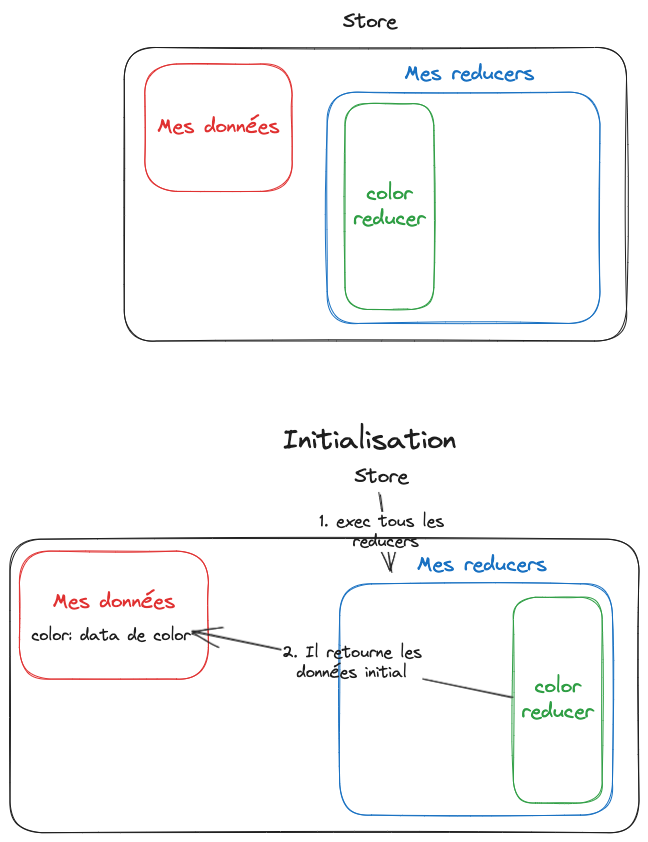
Earlier version of the Excalidraw export cours/redux_initialisation.excalidraw.png (VinceBmmrt/gradient-Aspitrine). Source tidied: one line per element, renumbered; positions are measured from the earlier drawing's top-left corner, leaving out a move shared by most shapes.
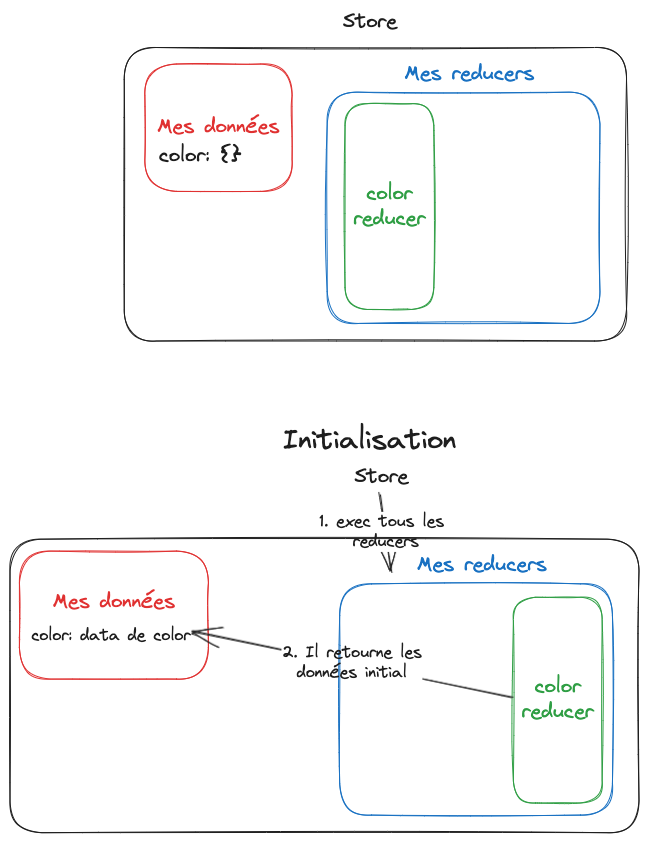
After the commit.

Commit message:
Utilisation des slices de redux toolkit

Diff of the diagram source:
```diff
@@ -20,3 +20,4 @@
 {"id": 19, "type": "arrow", "strokeColor": "#1e1e1e", "strokeWidth": 1, "roughness": 1, "endArrowhead": "arrow", "round": true, "from": 15, "to": 21, "x": 502, "y": 686, "width": 320, "height": 65, "points": [[0, 0], [-320, -65]]}
 {"id": 20, "type": "text", "text": "2. Il retourne les\ndonnées initial", "strokeColor": "#1e1e1e", "strokeWidth": 1, "roughness": 1, "fontSize": 16, "fontFamily": 1, "textAlign": "center", "verticalAlign": "middle", "inside": 19, "x": 329, "y": 627, "width": 140, "height": 40}
 {"id": 21, "type": "text", "text": "color: data de color", "strokeColor": "#1e1e1e", "strokeWidth": 1, "roughness": 1, "fontSize": 16, "fontFamily": 1, "x": 21, "y": 616, "width": 159, "height": 20}
+{"id": 22, "type": "text", "text": "color: {}", "strokeColor": "#1e1e1e", "strokeWidth": 1, "roughness": 1, "fontSize": 20, "fontFamily": 1, "x": 149, "y": 134, "width": 82, "height": 25}
```
